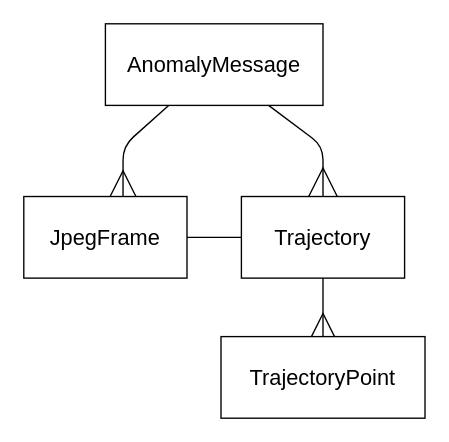
Before: visionapi/notes.drawio in starwit/vision-api, a draw.io diagram. Source tidied: cells renumbered, new cells numbered last; positions are measured from the earlier drawing's top-left corner, leaving out a move shared by most shapes. Both pictures are drawn from the tidied source at 136%, with x=0, y=0 at pixel (23, 23).
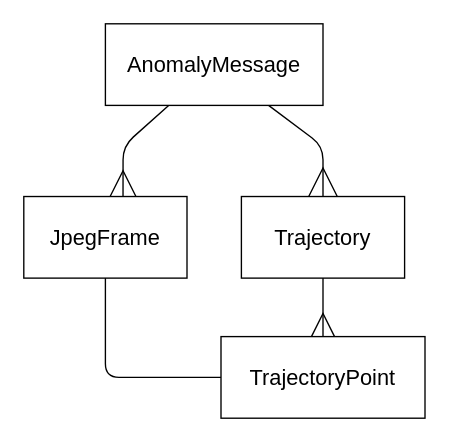
Above is the later version.

Commit message:
added message format for anomaly message

Diff of the diagram source:
```diff
@@
 <mxGraphModel>
   <root>
     <mxCell id="0" />
     <mxCell id="1" parent="0" />
     <mxCell id="2" style="edgeStyle=none;hachureGap=4;html=1;fontFamily=Architects Daughter;fontSize=16;endArrow=ERmany;endFill=0;entryX=0.608;entryY=0;entryDx=0;entryDy=0;entryPerimeter=0;endSize=17;" parent="1" edge="1" source="4" target="6">
       <mxGeometry relative="1" as="geometry">
         <Array as="points">
           <mxPoint x="73" y="90" />
         </Array>
       </mxGeometry>
     </mxCell>
     <mxCell id="3" style="edgeStyle=none;html=1;entryX=0.5;entryY=0;entryDx=0;entryDy=0;endArrow=ERmany;endFill=0;startSize=12;endSize=19;" parent="1" edge="1" source="4" target="9">
       <mxGeometry relative="1" as="geometry">
         <Array as="points">
           <mxPoint x="220" y="90" />
         </Array>
       </mxGeometry>
     </mxCell>
     <mxCell id="4" value="AnomalyMessage" style="rounded=0;whiteSpace=wrap;html=1;hachureGap=4;fontFamily=Helvetica;fontSize=16;" parent="1" vertex="1">
       <mxGeometry x="60" width="160" height="60" as="geometry" />
     </mxCell>
-    <mxCell id="5" style="edgeStyle=none;html=1;entryX=0;entryY=0.5;entryDx=0;entryDy=0;endArrow=none;endFill=0;exitX=1;exitY=0.5;exitDx=0;exitDy=0;" parent="1" edge="1" source="6" target="9">
-      <mxGeometry relative="1" as="geometry" />
+    <mxCell id="5" style="edgeStyle=none;html=1;entryX=0;entryY=0.5;entryDx=0;entryDy=0;endArrow=none;endFill=0;exitX=0.5;exitY=1;exitDx=0;exitDy=0;" parent="1" edge="1" source="6" target="8">
+      <mxGeometry relative="1" as="geometry">
+        <Array as="points">
+          <mxPoint x="60" y="260" />
+        </Array>
+      </mxGeometry>
     </mxCell>
     <mxCell id="6" value="JpegFrame" style="rounded=0;whiteSpace=wrap;html=1;hachureGap=4;fontFamily=Helvetica;fontSize=16;" parent="1" vertex="1">
       <mxGeometry y="127" width="120" height="60" as="geometry" />
     </mxCell>
     <mxCell id="7" style="edgeStyle=none;html=1;endArrow=ERmany;endFill=0;endSize=15;exitX=0.5;exitY=1;exitDx=0;exitDy=0;" parent="1" edge="1" source="9" target="8">
       <mxGeometry relative="1" as="geometry" />
     </mxCell>
     <mxCell id="8" value="TrajectoryPoint" style="rounded=0;whiteSpace=wrap;html=1;hachureGap=4;fontFamily=Helvetica;fontSize=16;" parent="1" vertex="1">
       <mxGeometry x="145" y="230" width="150" height="60" as="geometry" />
     </mxCell>
     <mxCell id="9" value="Trajectory" style="rounded=0;whiteSpace=wrap;html=1;hachureGap=4;fontFamily=Helvetica;fontSize=16;" parent="1" vertex="1">
       <mxGeometry x="160" y="127" width="120" height="60" as="geometry" />
     </mxCell>
   </root>
 </mxGraphModel>
```
